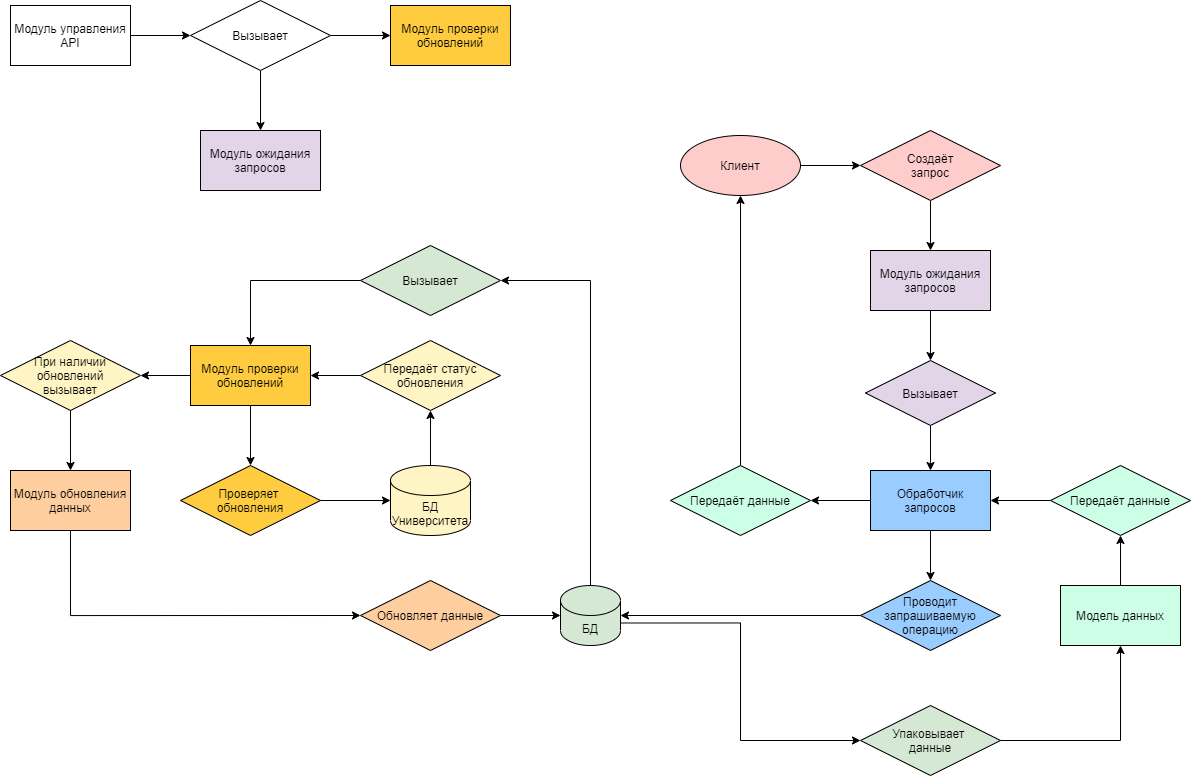
MuivTimetable/-Documentation keeps this draw.io diagram as BackendApi/Концептуальная диаграмма.png. Above is the earlier version. Source tidied: cells renumbered, new cells last; positions are measured from the earlier drawing's top-left corner, leaving out a move shared by most shapes.
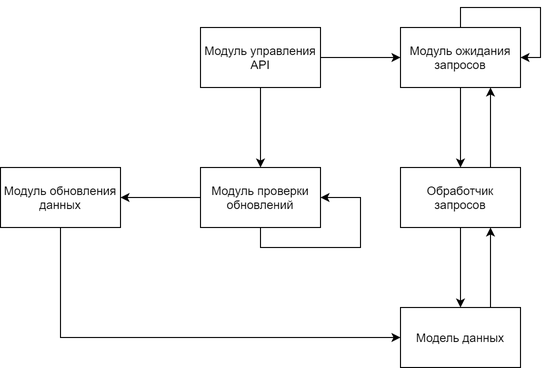
Above is the later version.

Diff of the diagram source:
```diff
@@ -2,157 +2,63 @@
   <root>
     <mxCell id="0" />
     <mxCell id="1" parent="0" />
-    <mxCell id="2" style="edgeStyle=orthogonalEdgeStyle;rounded=0;jettySize=auto;html=1;entryX=0;entryY=0.5;entryDx=0;entryDy=0;" parent="1" edge="1" source="3" target="47">
-      <mxGeometry relative="1" as="geometry" />
-    </mxCell>
+    <mxCell id="50" style="edgeStyle=orthogonalEdgeStyle;rounded=0;jettySize=auto;html=1;entryX=0.5;entryY=0;entryDx=0;entryDy=0;" parent="1" edge="1" source="3" target="54">
+      <mxGeometry relative="1" as="geometry" />
+    </mxCell>
+    <mxCell id="51" style="edgeStyle=orthogonalEdgeStyle;rounded=0;jettySize=auto;html=1;entryX=0;entryY=0.5;entryDx=0;entryDy=0;" parent="1" edge="1" source="3" target="57">
+      <mxGeometry relative="1" as="geometry" />
+    </mxCell>
-    <mxCell id="3" value="Модуль управления&lt;br&gt;API" style="rounded=0;whiteSpace=wrap;html=1;fillColor=#FFFFFF;" parent="1" vertex="1">
-      <mxGeometry x="10" y="5" width="120" height="60" as="geometry" />
+    <mxCell id="3" value="Модуль управления API" style="rounded=0;whiteSpace=wrap;html=1;" parent="1" vertex="1">
+      <mxGeometry x="760" y="460" width="120" height="60" as="geometry" />
     </mxCell>
-    <mxCell id="4" style="edgeStyle=orthogonalEdgeStyle;rounded=0;jettySize=auto;html=1;entryX=0.5;entryY=0;entryDx=0;entryDy=0;" parent="1" edge="1" source="6" target="34">
-      <mxGeometry relative="1" as="geometry" />
-    </mxCell>
-    <mxCell id="5" style="edgeStyle=orthogonalEdgeStyle;rounded=0;jettySize=auto;html=1;entryX=1;entryY=0.5;entryDx=0;entryDy=0;" parent="1" edge="1" source="6" target="40">
-      <mxGeometry relative="1" as="geometry" />
-    </mxCell>
-    <mxCell id="6" value="Модуль проверки&lt;br&gt;обновлений" style="rounded=0;whiteSpace=wrap;html=1;fillColor=#FFCC40;" parent="1" vertex="1">
-      <mxGeometry x="190" y="345" width="120" height="60" as="geometry" />
-    </mxCell>
-    <mxCell id="7" style="edgeStyle=orthogonalEdgeStyle;rounded=0;jettySize=auto;html=1;entryX=0.5;entryY=0;entryDx=0;entryDy=0;" parent="1" edge="1" source="8" target="15">
-      <mxGeometry relative="1" as="geometry" />
-    </mxCell>
-    <mxCell id="8" value="Модуль ожидания&lt;br&gt;запросов" style="rounded=0;whiteSpace=wrap;html=1;fillColor=#E1D5E7;" parent="1" vertex="1">
-      <mxGeometry x="870" y="250" width="120" height="60" as="geometry" />
-    </mxCell>
-    <mxCell id="9" style="edgeStyle=orthogonalEdgeStyle;rounded=0;jettySize=auto;html=1;entryX=0.5;entryY=0;entryDx=0;entryDy=0;" parent="1" edge="1" source="11" target="22">
-      <mxGeometry relative="1" as="geometry" />
-    </mxCell>
-    <mxCell id="10" style="edgeStyle=orthogonalEdgeStyle;rounded=0;jettySize=auto;html=1;entryX=1;entryY=0.5;entryDx=0;entryDy=0;" parent="1" edge="1" source="11" target="30">
-      <mxGeometry relative="1" as="geometry" />
-    </mxCell>
+    <mxCell id="52" style="edgeStyle=orthogonalEdgeStyle;rounded=0;jettySize=auto;html=1;entryX=1;entryY=0.5;entryDx=0;entryDy=0;" parent="1" edge="1" source="54" target="13">
+      <mxGeometry relative="1" as="geometry" />
+    </mxCell>
+    <mxCell id="53" style="edgeStyle=orthogonalEdgeStyle;rounded=0;orthogonalLoop=1;jettySize=auto;html=1;entryX=1;entryY=0.5;entryDx=0;entryDy=0;" parent="1" edge="1" source="54" target="54">
+      <mxGeometry relative="1" as="geometry">
+        <Array as="points">
+          <mxPoint x="820" y="680" />
+          <mxPoint x="920" y="680" />
+          <mxPoint x="920" y="630" />
+        </Array>
+      </mxGeometry>
+    </mxCell>
+    <mxCell id="54" value="Модуль проверки обновлений" style="rounded=0;whiteSpace=wrap;html=1;" parent="1" vertex="1">
+      <mxGeometry x="760" y="600" width="120" height="60" as="geometry" />
+    </mxCell>
+    <mxCell id="55" style="edgeStyle=orthogonalEdgeStyle;rounded=0;jettySize=auto;html=1;entryX=0.5;entryY=0;entryDx=0;entryDy=0;" parent="1" edge="1" source="57" target="11">
+      <mxGeometry relative="1" as="geometry" />
+    </mxCell>
+    <mxCell id="56" style="edgeStyle=orthogonalEdgeStyle;rounded=0;orthogonalLoop=1;jettySize=auto;html=1;entryX=1;entryY=0.5;entryDx=0;entryDy=0;" parent="1" edge="1" source="57" target="57">
+      <mxGeometry relative="1" as="geometry" />
+    </mxCell>
+    <mxCell id="57" value="Модуль ожидания запросов" style="rounded=0;whiteSpace=wrap;html=1;" parent="1" vertex="1">
+      <mxGeometry x="960" y="460" width="120" height="60" as="geometry" />
+    </mxCell>
+    <mxCell id="58" style="edgeStyle=orthogonalEdgeStyle;rounded=0;jettySize=auto;html=1;entryX=0;entryY=0.5;entryDx=0;entryDy=0;" parent="1" edge="1" source="13" target="26">
+      <mxGeometry relative="1" as="geometry">
+        <Array as="points">
+          <mxPoint x="620" y="770" />
+        </Array>
+      </mxGeometry>
+    </mxCell>
+    <mxCell id="13" value="Модуль обновления данных" style="rounded=0;whiteSpace=wrap;html=1;" parent="1" vertex="1">
+      <mxGeometry x="560" y="600" width="120" height="60" as="geometry" />
+    </mxCell>
+    <mxCell id="59" style="edgeStyle=orthogonalEdgeStyle;rounded=0;jettySize=auto;html=1;exitX=0.75;exitY=0;exitDx=0;exitDy=0;entryX=0.75;entryY=1;entryDx=0;entryDy=0;" parent="1" edge="1" source="26" target="11">
+      <mxGeometry relative="1" as="geometry" />
+    </mxCell>
+    <mxCell id="26" value="Модель данных" style="rounded=0;whiteSpace=wrap;html=1;" parent="1" vertex="1">
+      <mxGeometry x="960" y="740" width="120" height="60" as="geometry" />
+    </mxCell>
+    <mxCell id="60" style="edgeStyle=orthogonalEdgeStyle;rounded=0;jettySize=auto;html=1;exitX=0.75;exitY=0;exitDx=0;exitDy=0;entryX=0.75;entryY=1;entryDx=0;entryDy=0;" parent="1" edge="1" source="11" target="57">
+      <mxGeometry relative="1" as="geometry" />
+    </mxCell>
+    <mxCell id="61" style="edgeStyle=orthogonalEdgeStyle;rounded=0;jettySize=auto;html=1;entryX=0.5;entryY=0;entryDx=0;entryDy=0;" parent="1" edge="1" source="11" target="26">
+      <mxGeometry relative="1" as="geometry" />
+    </mxCell>
-    <mxCell id="11" value="Обработчик запросов" style="rounded=0;whiteSpace=wrap;html=1;fillColor=#99CCFF;" parent="1" vertex="1">
-      <mxGeometry x="870" y="470" width="120" height="60" as="geometry" />
+    <mxCell id="11" value="Обработчик запросов" style="rounded=0;whiteSpace=wrap;html=1;" parent="1" vertex="1">
+      <mxGeometry x="960" y="600" width="120" height="60" as="geometry" />
     </mxCell>
-    <mxCell id="12" style="edgeStyle=orthogonalEdgeStyle;rounded=0;jettySize=auto;html=1;entryX=0;entryY=0.5;entryDx=0;entryDy=0;" parent="1" edge="1" source="13" target="42">
-      <mxGeometry relative="1" as="geometry">
-        <Array as="points">
-          <mxPoint x="70" y="615" />
-        </Array>
-      </mxGeometry>
-    </mxCell>
-    <mxCell id="13" value="Модуль обновления данных" style="rounded=0;whiteSpace=wrap;html=1;fillColor=#FFCE9F;" parent="1" vertex="1">
-      <mxGeometry x="10" y="470" width="120" height="60" as="geometry" />
-    </mxCell>
-    <mxCell id="14" style="edgeStyle=orthogonalEdgeStyle;rounded=0;jettySize=auto;html=1;entryX=0.5;entryY=0;entryDx=0;entryDy=0;" parent="1" edge="1" source="15" target="11">
-      <mxGeometry relative="1" as="geometry" />
-    </mxCell>
-    <mxCell id="15" value="Вызывает" style="rhombus;whiteSpace=wrap;html=1;fillColor=#E1D5E7;" parent="1" vertex="1">
-      <mxGeometry x="865" y="360" width="130" height="65" as="geometry" />
-    </mxCell>
-    <mxCell id="16" style="edgeStyle=orthogonalEdgeStyle;rounded=0;jettySize=auto;html=1;exitX=1;exitY=0;exitDx=0;exitDy=37.5;exitPerimeter=0;entryX=0;entryY=0.5;entryDx=0;entryDy=0;" parent="1" edge="1" source="18" target="24">
-      <mxGeometry relative="1" as="geometry" />
-    </mxCell>
-    <mxCell id="17" style="edgeStyle=orthogonalEdgeStyle;rounded=0;jettySize=auto;html=1;entryX=1;entryY=0.5;entryDx=0;entryDy=0;" parent="1" edge="1" source="18" target="44">
-      <mxGeometry relative="1" as="geometry">
-        <Array as="points">
-          <mxPoint x="590" y="280" />
-        </Array>
-      </mxGeometry>
-    </mxCell>
-    <mxCell id="18" value="БД" style="shape=cylinder3;whiteSpace=wrap;html=1;boundedLbl=1;backgroundOutline=1;size=15;fillColor=#D5E8D4;" parent="1" vertex="1">
-      <mxGeometry x="560" y="585" width="60" height="60" as="geometry" />
-    </mxCell>
-    <mxCell id="19" style="edgeStyle=orthogonalEdgeStyle;rounded=0;jettySize=auto;html=1;entryX=0;entryY=0.5;entryDx=0;entryDy=0;" parent="1" edge="1" source="20" target="32">
-      <mxGeometry relative="1" as="geometry" />
-    </mxCell>
-    <mxCell id="20" value="Клиент" style="ellipse;whiteSpace=wrap;html=1;fillColor=#FFCCCC;" parent="1" vertex="1">
-      <mxGeometry x="680" y="135" width="120" height="60" as="geometry" />
-    </mxCell>
-    <mxCell id="21" style="edgeStyle=orthogonalEdgeStyle;rounded=0;jettySize=auto;html=1;entryX=1;entryY=0.5;entryDx=0;entryDy=0;entryPerimeter=0;" parent="1" edge="1" source="22" target="18">
-      <mxGeometry relative="1" as="geometry" />
-    </mxCell>
-    <mxCell id="22" value="Проводит запрашиваемую операцию" style="rhombus;whiteSpace=wrap;html=1;fillColor=#99CCFF;" parent="1" vertex="1">
-      <mxGeometry x="860" y="580" width="140" height="70" as="geometry" />
-    </mxCell>
-    <mxCell id="23" style="edgeStyle=orthogonalEdgeStyle;rounded=0;jettySize=auto;html=1;entryX=0.5;entryY=1;entryDx=0;entryDy=0;" parent="1" edge="1" source="24" target="26">
-      <mxGeometry relative="1" as="geometry" />
-    </mxCell>
-    <mxCell id="24" value="Упаковывает &lt;br&gt;данные" style="rhombus;whiteSpace=wrap;html=1;fillColor=#D5E8D4;" parent="1" vertex="1">
-      <mxGeometry x="860" y="705" width="140" height="70" as="geometry" />
-    </mxCell>
-    <mxCell id="25" style="edgeStyle=orthogonalEdgeStyle;rounded=0;jettySize=auto;html=1;entryX=0.5;entryY=1;entryDx=0;entryDy=0;" parent="1" edge="1" source="26" target="28">
-      <mxGeometry relative="1" as="geometry" />
-    </mxCell>
-    <mxCell id="26" value="Модель данных" style="rounded=0;whiteSpace=wrap;html=1;fillColor=#CCFFE6;" parent="1" vertex="1">
-      <mxGeometry x="1060" y="585" width="120" height="60" as="geometry" />
-    </mxCell>
-    <mxCell id="27" style="edgeStyle=orthogonalEdgeStyle;rounded=0;jettySize=auto;html=1;entryX=1;entryY=0.5;entryDx=0;entryDy=0;" parent="1" edge="1" source="28" target="11">
-      <mxGeometry relative="1" as="geometry" />
-    </mxCell>
-    <mxCell id="28" value="Передаёт данные" style="rhombus;whiteSpace=wrap;html=1;fillColor=#CCFFE6;" parent="1" vertex="1">
-      <mxGeometry x="1050" y="465" width="140" height="70" as="geometry" />
-    </mxCell>
-    <mxCell id="29" style="edgeStyle=orthogonalEdgeStyle;rounded=0;jettySize=auto;html=1;entryX=0.5;entryY=1;entryDx=0;entryDy=0;" parent="1" edge="1" source="30" target="20">
-      <mxGeometry relative="1" as="geometry" />
-    </mxCell>
-    <mxCell id="30" value="Передаёт данные" style="rhombus;whiteSpace=wrap;html=1;fillColor=#CCFFE6;" parent="1" vertex="1">
-      <mxGeometry x="670" y="465" width="140" height="70" as="geometry" />
-    </mxCell>
-    <mxCell id="31" style="edgeStyle=orthogonalEdgeStyle;rounded=0;jettySize=auto;html=1;entryX=0.5;entryY=0;entryDx=0;entryDy=0;" parent="1" edge="1" source="32" target="8">
-      <mxGeometry relative="1" as="geometry" />
-    </mxCell>
-    <mxCell id="32" value="Создаёт&lt;br&gt;запрос" style="rhombus;whiteSpace=wrap;html=1;fillColor=#FFCCCC;" parent="1" vertex="1">
-      <mxGeometry x="860" y="130" width="140" height="70" as="geometry" />
-    </mxCell>
-    <mxCell id="33" style="edgeStyle=orthogonalEdgeStyle;rounded=0;jettySize=auto;html=1;entryX=0;entryY=0.5;entryDx=0;entryDy=0;entryPerimeter=0;" parent="1" edge="1" source="34" target="36">
-      <mxGeometry relative="1" as="geometry" />
-    </mxCell>
-    <mxCell id="34" value="Проверяет &lt;br&gt;обновления" style="rhombus;whiteSpace=wrap;html=1;fillColor=#FFCC40;" parent="1" vertex="1">
-      <mxGeometry x="180" y="465" width="140" height="70" as="geometry" />
-    </mxCell>
-    <mxCell id="35" style="edgeStyle=orthogonalEdgeStyle;rounded=0;jettySize=auto;html=1;entryX=0.5;entryY=1;entryDx=0;entryDy=0;" parent="1" edge="1" source="36" target="38">
-      <mxGeometry relative="1" as="geometry" />
-    </mxCell>
-    <mxCell id="36" value="БД Университета" style="shape=cylinder3;whiteSpace=wrap;html=1;boundedLbl=1;backgroundOutline=1;size=15;fillColor=#FFF4C3;" parent="1" vertex="1">
-      <mxGeometry x="390" y="465" width="80" height="70" as="geometry" />
-    </mxCell>
-    <mxCell id="37" style="edgeStyle=orthogonalEdgeStyle;rounded=0;jettySize=auto;html=1;entryX=1;entryY=0.5;entryDx=0;entryDy=0;" parent="1" edge="1" source="38" target="6">
-      <mxGeometry relative="1" as="geometry" />
-    </mxCell>
-    <mxCell id="38" value="Передаёт статус&lt;br&gt;обновления" style="rhombus;whiteSpace=wrap;html=1;fillColor=#FFF4C3;" parent="1" vertex="1">
-      <mxGeometry x="360" y="340" width="140" height="70" as="geometry" />
-    </mxCell>
-    <mxCell id="39" style="edgeStyle=orthogonalEdgeStyle;rounded=0;jettySize=auto;html=1;entryX=0.5;entryY=0;entryDx=0;entryDy=0;" parent="1" edge="1" source="40" target="13">
-      <mxGeometry relative="1" as="geometry" />
-    </mxCell>
-    <mxCell id="40" value="При наличии&lt;br&gt;обновлений&lt;br&gt;вызывает" style="rhombus;whiteSpace=wrap;html=1;fillColor=#FFF4C3;" parent="1" vertex="1">
-      <mxGeometry y="340" width="140" height="70" as="geometry" />
-    </mxCell>
-    <mxCell id="41" style="edgeStyle=orthogonalEdgeStyle;rounded=0;jettySize=auto;html=1;entryX=0;entryY=0.5;entryDx=0;entryDy=0;entryPerimeter=0;" parent="1" edge="1" source="42" target="18">
-      <mxGeometry relative="1" as="geometry" />
-    </mxCell>
-    <mxCell id="42" value="Обновляет данные" style="rhombus;whiteSpace=wrap;html=1;fillColor=#FFCE9F;" parent="1" vertex="1">
-      <mxGeometry x="360" y="580" width="140" height="70" as="geometry" />
-    </mxCell>
-    <mxCell id="43" style="edgeStyle=orthogonalEdgeStyle;rounded=0;jettySize=auto;html=1;entryX=0.5;entryY=0;entryDx=0;entryDy=0;" parent="1" edge="1" source="44" target="6">
-      <mxGeometry relative="1" as="geometry" />
-    </mxCell>
-    <mxCell id="44" value="Вызывает" style="rhombus;whiteSpace=wrap;html=1;fillColor=#D5E8D4;" parent="1" vertex="1">
-      <mxGeometry x="360" y="245" width="140" height="70" as="geometry" />
-    </mxCell>
-    <mxCell id="45" style="edgeStyle=orthogonalEdgeStyle;rounded=0;jettySize=auto;html=1;entryX=0.5;entryY=0;entryDx=0;entryDy=0;" parent="1" edge="1" source="47" target="49">
-      <mxGeometry relative="1" as="geometry" />
-    </mxCell>
-    <mxCell id="46" style="edgeStyle=orthogonalEdgeStyle;rounded=0;jettySize=auto;html=1;entryX=0;entryY=0.5;entryDx=0;entryDy=0;" parent="1" edge="1" source="47" target="48">
-      <mxGeometry relative="1" as="geometry" />
-    </mxCell>
-    <mxCell id="47" value="Вызывает" style="rhombus;whiteSpace=wrap;html=1;fillColor=#FFFFFF;" parent="1" vertex="1">
-      <mxGeometry x="190" width="140" height="70" as="geometry" />
-    </mxCell>
-    <mxCell id="48" value="Модуль проверки&lt;br&gt;обновлений" style="rounded=0;whiteSpace=wrap;html=1;fillColor=#FFCC40;" parent="1" vertex="1">
-      <mxGeometry x="390" y="5" width="120" height="60" as="geometry" />
-    </mxCell>
-    <mxCell id="49" value="Модуль ожидания&lt;br&gt;запросов" style="rounded=0;whiteSpace=wrap;html=1;fillColor=#E1D5E7;" parent="1" vertex="1">
-      <mxGeometry x="200" y="130" width="120" height="60" as="geometry" />
-    </mxCell>
   </root>
 </mxGraphModel>
```
